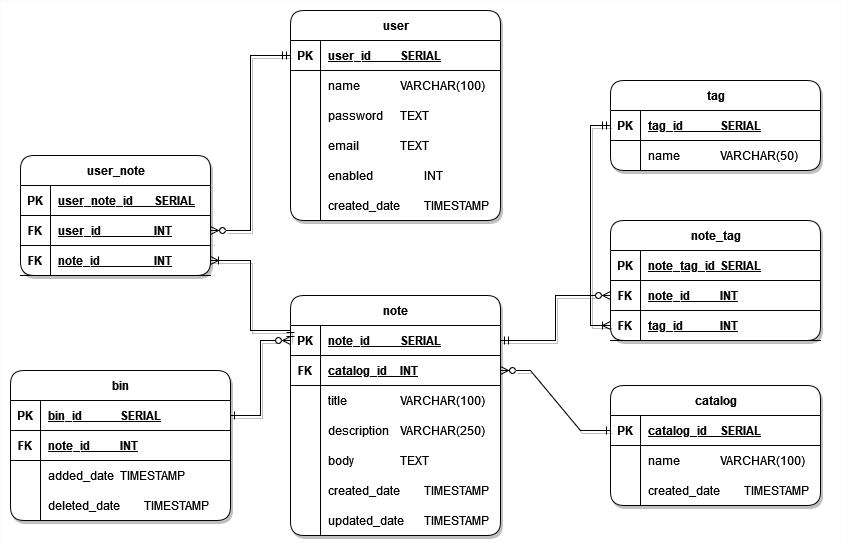
Earlier version of the draw.io export DB/ERD-diagram.drawio.png (Tomasz-Zdeb/Software-Engineering-Class-Project). Source tidied: cells renumbered, new cells last; positions are measured from the earlier drawing's top-left corner, leaving out a move shared by most shapes.
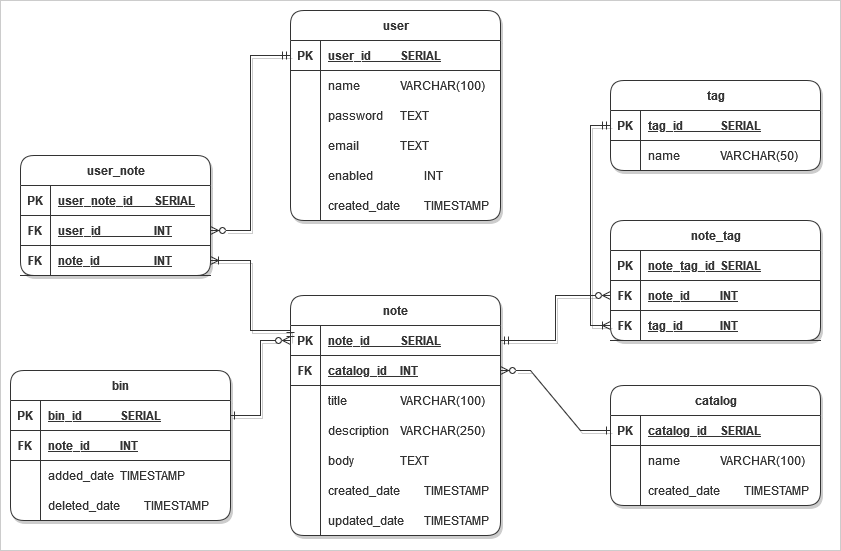
After the commit.

What changed in the source:
```diff
@@ -299,7 +299,7 @@
     <mxCell id="98" style="edgeStyle=orthogonalEdgeStyle;rounded=0;jettySize=auto;html=1;exitX=0;exitY=0.5;exitDx=0;exitDy=0;entryX=1;entryY=0.5;entryDx=0;entryDy=0;startArrow=ERzeroToMany;startFill=0;endArrow=ERone;endFill=0;shadow=1;" parent="1" edge="1" source="22" target="75">
       <mxGeometry relative="1" as="geometry" />
     </mxCell>
-    <mxCell id="99" style="rounded=0;whiteSpace=wrap;html=1;opacity=1;" parent="1" vertex="1">
+    <mxCell id="99" style="rounded=0;whiteSpace=wrap;html=1;opacity=20;" parent="1" vertex="1">
       <mxGeometry width="840" height="550" as="geometry" />
     </mxCell>
   </root>
```
